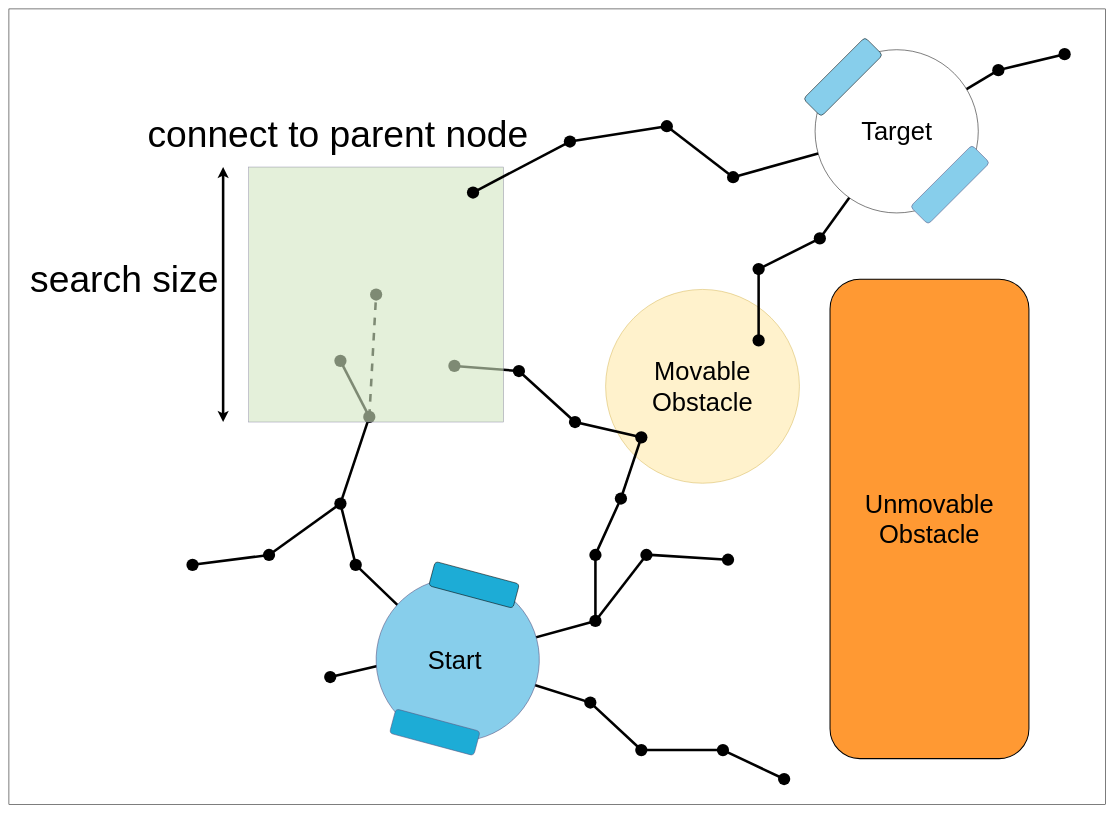
GijsGroote/thesis keeps this draw.io diagram as thesis-report/figures/required_background/mp/4mp_connect_to_tree.drawio. Above is the earlier version. Source tidied: cells renumbered, new cells numbered last; positions are measured from the earlier drawing's top-left corner, leaving out a move shared by most shapes. Both pictures are drawn from the tidied source at 51%, with x=0, y=0 at pixel (9, 9).
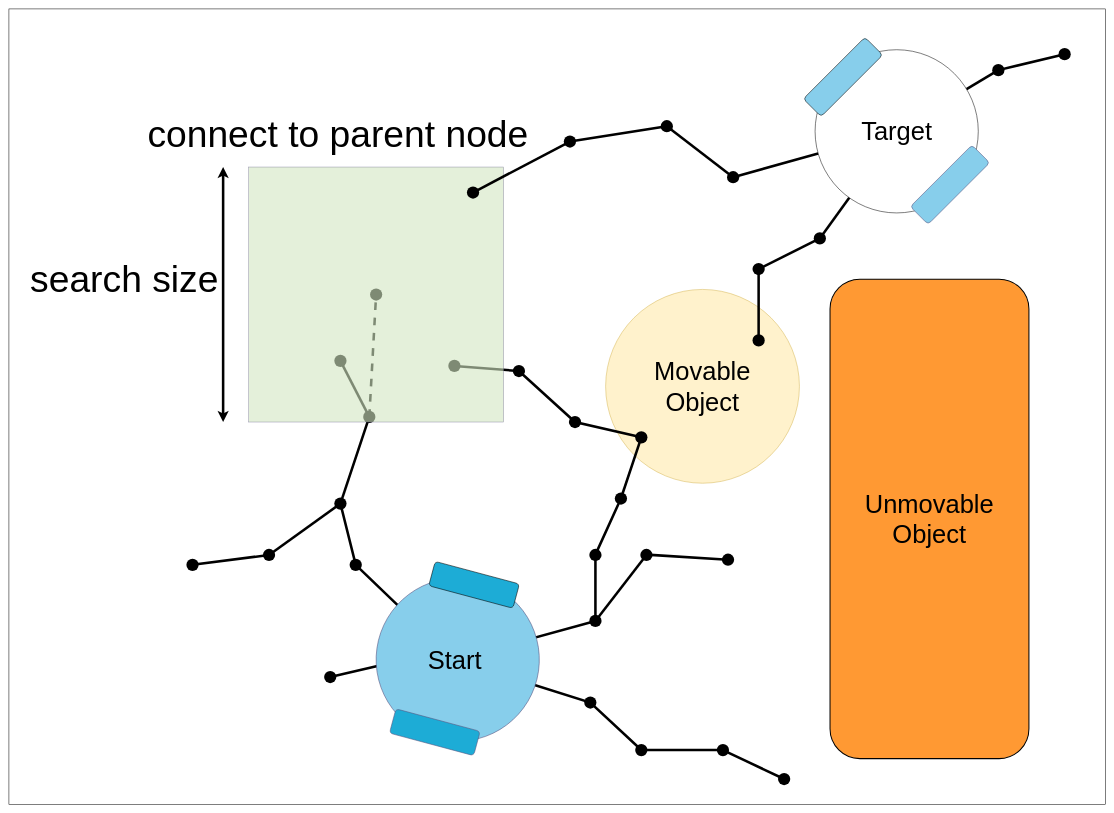
The same page after the edit.

Diff of the diagram source:
```diff
@@
-    <mxCell id="16" value="&lt;font style=&quot;font-size: 50px;&quot;&gt;Unmovable&lt;br&gt;Obstacle&lt;/font&gt;" style="rounded=1;whiteSpace=wrap;html=1;strokeWidth=2;fillColor=#FF9933;" parent="1" vertex="1">
+    <mxCell id="16" value="&lt;font style=&quot;font-size: 50px;&quot;&gt;Unmovable&lt;br&gt;Object&lt;/font&gt;" style="rounded=1;whiteSpace=wrap;html=1;strokeWidth=2;fillColor=#FF9933;" parent="1" vertex="1">
       <mxGeometry x="1610" y="530" width="390" height="940" as="geometry" />
     </mxCell>
-    <mxCell id="17" value="&lt;font style=&quot;font-size: 50px;&quot;&gt;Movable&lt;br&gt;Obstacle&lt;/font&gt;" style="ellipse;whiteSpace=wrap;html=1;fillColor=#fff2cc;strokeColor=#d6b656;" parent="1" vertex="1">
+    <mxCell id="17" value="&lt;font style=&quot;font-size: 50px;&quot;&gt;Movable&lt;br&gt;Object&lt;/font&gt;" style="ellipse;whiteSpace=wrap;html=1;fillColor=#fff2cc;strokeColor=#d6b656;" parent="1" vertex="1">
       <mxGeometry x="1170" y="550" width="380" height="380" as="geometry" />
     </mxCell>
```
